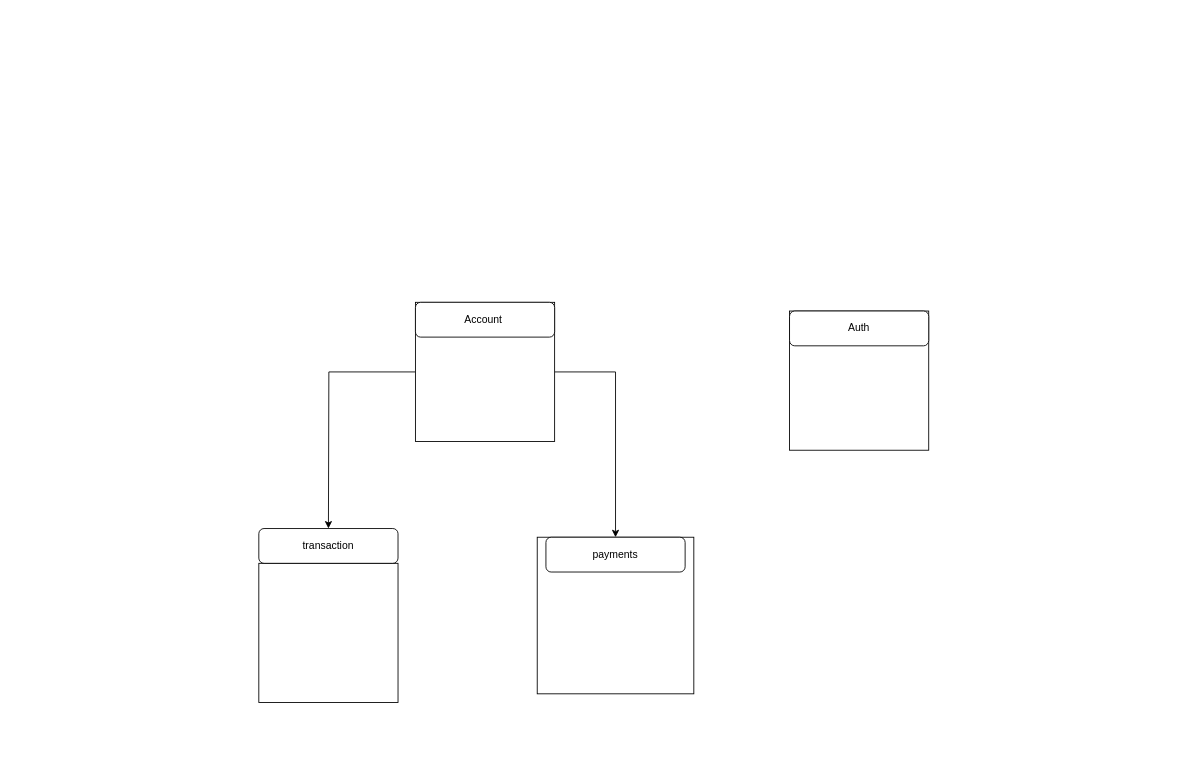
AlefMeira/AlefMeira keeps this draw.io diagram as Untitled Diagram.drawio. Above is the earlier version. Source tidied: cells renumbered, new cells numbered last; positions are measured from the earlier drawing's top-left corner, leaving out a move shared by most shapes. Both pictures are drawn from the tidied source at 87%, with x=0, y=0 at pixel (258, 302).
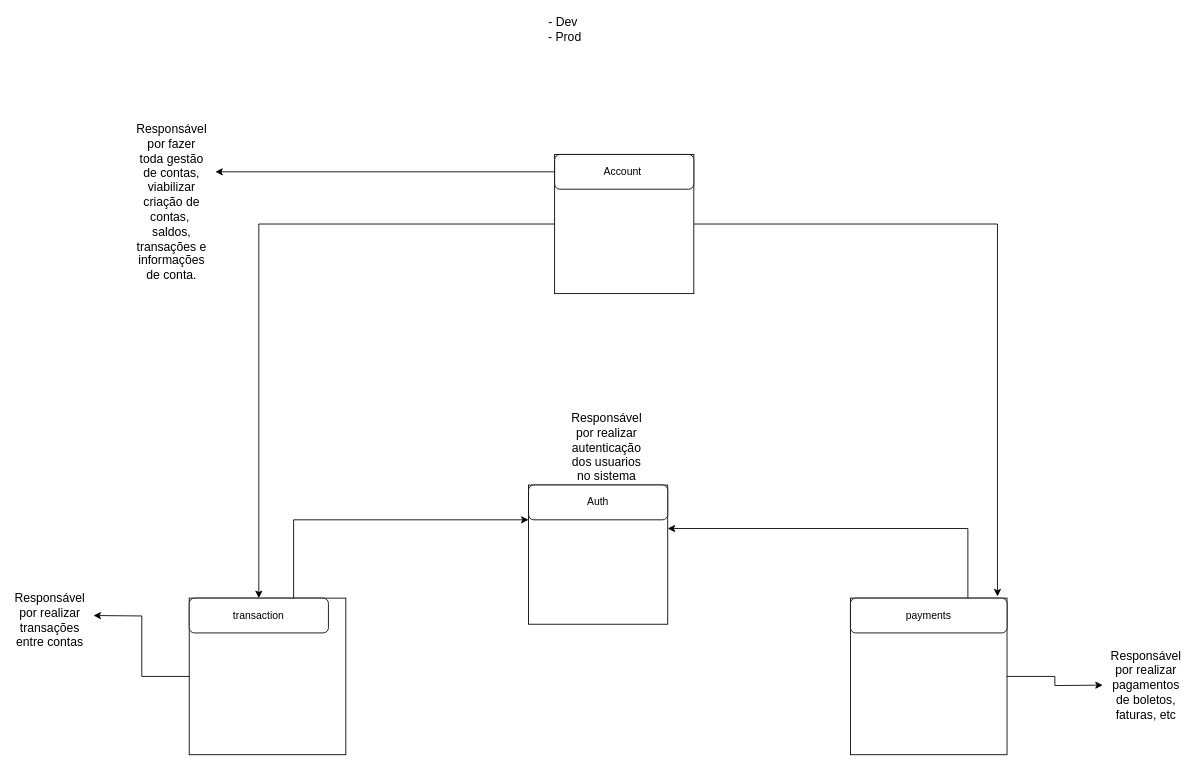
The same page after the edit.

Commit message:
digital bank

Diff of the diagram source:
```diff
@@
-    <mxCell id="2" style="edgeStyle=orthogonalEdgeStyle;rounded=0;jettySize=auto;html=1;exitX=0;exitY=0.5;exitDx=0;exitDy=0;" parent="1" edge="1" source="4">
-      <mxGeometry relative="1" as="geometry">
-        <mxPoint x="80" y="260" as="targetPoint" />
-      </mxGeometry>
+    <mxCell id="2" style="edgeStyle=orthogonalEdgeStyle;rounded=0;jettySize=auto;html=1;exitX=0;exitY=0.5;exitDx=0;exitDy=0;entryX=0.5;entryY=0;entryDx=0;entryDy=0;" parent="1" edge="1" source="4" target="9">
+      <mxGeometry relative="1" as="geometry" />
     </mxCell>
-    <mxCell id="3" style="edgeStyle=orthogonalEdgeStyle;rounded=0;jettySize=auto;html=1;exitX=1;exitY=0.5;exitDx=0;exitDy=0;entryX=0.5;entryY=0;entryDx=0;entryDy=0;" parent="1" edge="1" source="4" target="7">
-      <mxGeometry relative="1" as="geometry">
-        <Array as="points">
-          <mxPoint x="410" y="80" />
-        </Array>
-      </mxGeometry>
+    <mxCell id="3" style="edgeStyle=orthogonalEdgeStyle;rounded=0;jettySize=auto;html=1;exitX=1;exitY=0.5;exitDx=0;exitDy=0;entryX=0.939;entryY=-0.05;entryDx=0;entryDy=0;entryPerimeter=0;fontSize=14;" parent="1" edge="1" source="4" target="7">
+      <mxGeometry relative="1" as="geometry" />
     </mxCell>
     <mxCell id="4" style="whiteSpace=wrap;html=1;" parent="1" vertex="1">
-      <mxGeometry x="180" width="160" height="160" as="geometry" />
+      <mxGeometry x="340" y="-170" width="160" height="160" as="geometry" />
     </mxCell>
+    <mxCell id="12" style="edgeStyle=orthogonalEdgeStyle;rounded=0;jettySize=auto;html=1;exitX=0;exitY=0.5;exitDx=0;exitDy=0;fontSize=14;" parent="1" edge="1" source="5">
+      <mxGeometry relative="1" as="geometry">
+        <mxPoint x="-50" y="-150" as="targetPoint" />
+      </mxGeometry>
+    </mxCell>
     <mxCell id="5" value="Account&amp;nbsp;" style="rounded=1;whiteSpace=wrap;html=1;" parent="1" vertex="1">
-      <mxGeometry x="180" width="160" height="40" as="geometry" />
+      <mxGeometry x="340" y="-170" width="160" height="40" as="geometry" />
     </mxCell>
+    <mxCell id="13" style="edgeStyle=orthogonalEdgeStyle;rounded=0;jettySize=auto;html=1;exitX=1;exitY=0.5;exitDx=0;exitDy=0;fontSize=14;" parent="1" edge="1" source="6">
+      <mxGeometry relative="1" as="geometry">
+        <mxPoint x="970" y="440" as="targetPoint" />
+      </mxGeometry>
+    </mxCell>
     <mxCell id="6" style="whiteSpace=wrap;html=1;" parent="1" vertex="1">
-      <mxGeometry x="320" y="270" width="180" height="180" as="geometry" />
+      <mxGeometry x="680" y="340" width="180" height="180" as="geometry" />
     </mxCell>
+    <mxCell id="14" style="edgeStyle=orthogonalEdgeStyle;rounded=0;jettySize=auto;html=1;exitX=0.75;exitY=0;exitDx=0;exitDy=0;fontSize=14;" parent="1" edge="1" source="7" target="10">
+      <mxGeometry relative="1" as="geometry">
+        <Array as="points">
+          <mxPoint x="815" y="260" />
+        </Array>
+      </mxGeometry>
+    </mxCell>
     <mxCell id="7" value="payments" style="rounded=1;whiteSpace=wrap;html=1;" parent="1" vertex="1">
-      <mxGeometry x="330" y="270" width="160" height="40" as="geometry" />
+      <mxGeometry x="680" y="340" width="180" height="40" as="geometry" />
     </mxCell>
+    <mxCell id="15" style="edgeStyle=orthogonalEdgeStyle;rounded=0;jettySize=auto;html=1;exitX=0;exitY=0.5;exitDx=0;exitDy=0;fontSize=14;" parent="1" edge="1" source="8">
+      <mxGeometry relative="1" as="geometry">
+        <mxPoint x="-190" y="360" as="targetPoint" />
+      </mxGeometry>
+    </mxCell>
     <mxCell id="8" style="whiteSpace=wrap;html=1;" parent="1" vertex="1">
-      <mxGeometry y="300" width="160" height="160" as="geometry" />
+      <mxGeometry x="-80" y="340" width="180" height="180" as="geometry" />
     </mxCell>
+    <mxCell id="16" style="edgeStyle=orthogonalEdgeStyle;rounded=0;jettySize=auto;html=1;exitX=0.75;exitY=0;exitDx=0;exitDy=0;entryX=0;entryY=0.25;entryDx=0;entryDy=0;fontSize=14;" parent="1" edge="1" source="9" target="10">
+      <mxGeometry relative="1" as="geometry" />
+    </mxCell>
     <mxCell id="9" value="transaction" style="rounded=1;whiteSpace=wrap;html=1;" parent="1" vertex="1">
-      <mxGeometry y="260" width="160" height="40" as="geometry" />
+      <mxGeometry x="-80" y="340" width="160" height="40" as="geometry" />
     </mxCell>
     <mxCell id="10" style="whiteSpace=wrap;html=1;" parent="1" vertex="1">
-      <mxGeometry x="610" y="10" width="160" height="160" as="geometry" />
+      <mxGeometry x="310" y="210" width="160" height="160" as="geometry" />
     </mxCell>
     <mxCell id="11" value="Auth&lt;br&gt;" style="rounded=1;whiteSpace=wrap;html=1;" parent="1" vertex="1">
-      <mxGeometry x="610" y="10" width="160" height="40" as="geometry" />
+      <mxGeometry x="310" y="210" width="160" height="40" as="geometry" />
     </mxCell>
+    <mxCell id="17" value="&lt;font style=&quot;font-size: 14px;&quot;&gt;Responsável por fazer toda gestão de contas, viabilizar criação de contas,&amp;nbsp; saldos, transações e informações de conta.&lt;/font&gt;" style="text;html=1;strokeColor=none;fillColor=none;align=center;verticalAlign=middle;whiteSpace=wrap;rounded=0;" parent="1" vertex="1">
+      <mxGeometry x="-130" y="-130" width="60" height="30" as="geometry" />
+    </mxCell>
+    <mxCell id="18" value="&lt;font style=&quot;font-size: 14px;&quot;&gt;Responsável por realizar transações entre contas&lt;/font&gt;" style="text;html=1;strokeColor=none;fillColor=none;align=center;verticalAlign=middle;whiteSpace=wrap;rounded=0;" parent="1" vertex="1">
+      <mxGeometry x="-270" y="350" width="60" height="30" as="geometry" />
+    </mxCell>
+    <mxCell id="19" value="&lt;font style=&quot;font-size: 14px;&quot;&gt;Responsável por realizar pagamentos de boletos, faturas, etc&lt;/font&gt;" style="text;html=1;strokeColor=none;fillColor=none;align=center;verticalAlign=middle;whiteSpace=wrap;rounded=0;" parent="1" vertex="1">
+      <mxGeometry x="990" y="425" width="60" height="30" as="geometry" />
+    </mxCell>
+    <mxCell id="20" value="&lt;font style=&quot;font-size: 14px;&quot;&gt;Responsável por realizar autenticação dos usuarios no sistema&lt;br&gt;&lt;br&gt;&lt;/font&gt;" style="text;html=1;strokeColor=none;fillColor=none;align=center;verticalAlign=middle;whiteSpace=wrap;rounded=0;" parent="1" vertex="1">
+      <mxGeometry x="370" y="160" width="60" height="30" as="geometry" />
+    </mxCell>
+    <mxCell id="21" value="&lt;font style=&quot;font-size: 14px;&quot;&gt;- Dev&lt;br&gt;&amp;nbsp; - Prod&amp;nbsp;&lt;br&gt;&lt;br&gt;&lt;/font&gt;" style="text;html=1;strokeColor=none;fillColor=none;align=center;verticalAlign=middle;whiteSpace=wrap;rounded=0;" parent="1" vertex="1">
+      <mxGeometry x="320" y="-320" width="60" height="30" as="geometry" />
+    </mxCell>
```
